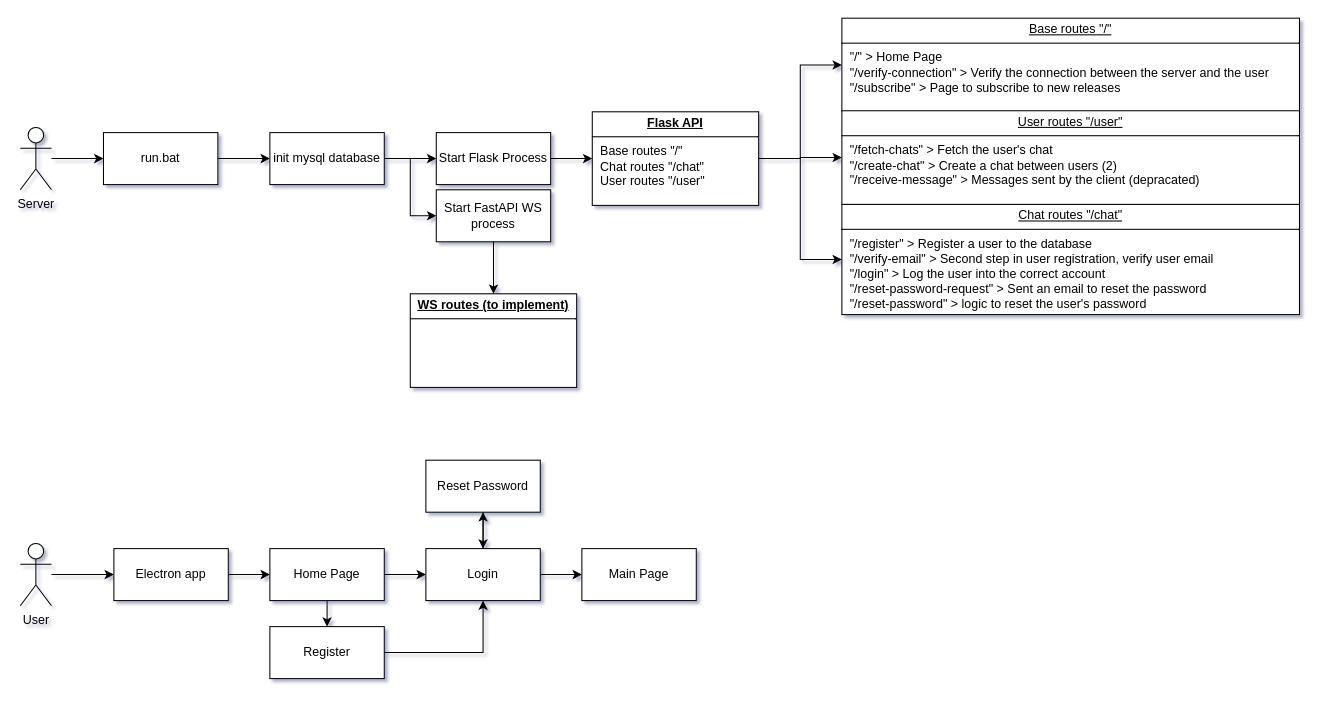
SciTechMC/ChatCLI keeps this draw.io diagram as ChatCLI.drawio. Above is the earlier version. Source tidied: cells renumbered, new cells numbered last; positions are measured from the earlier drawing's top-left corner, leaving out a move shared by most shapes. Both pictures are drawn from the tidied source at 104%, with x=0, y=0 at pixel (20, 18).
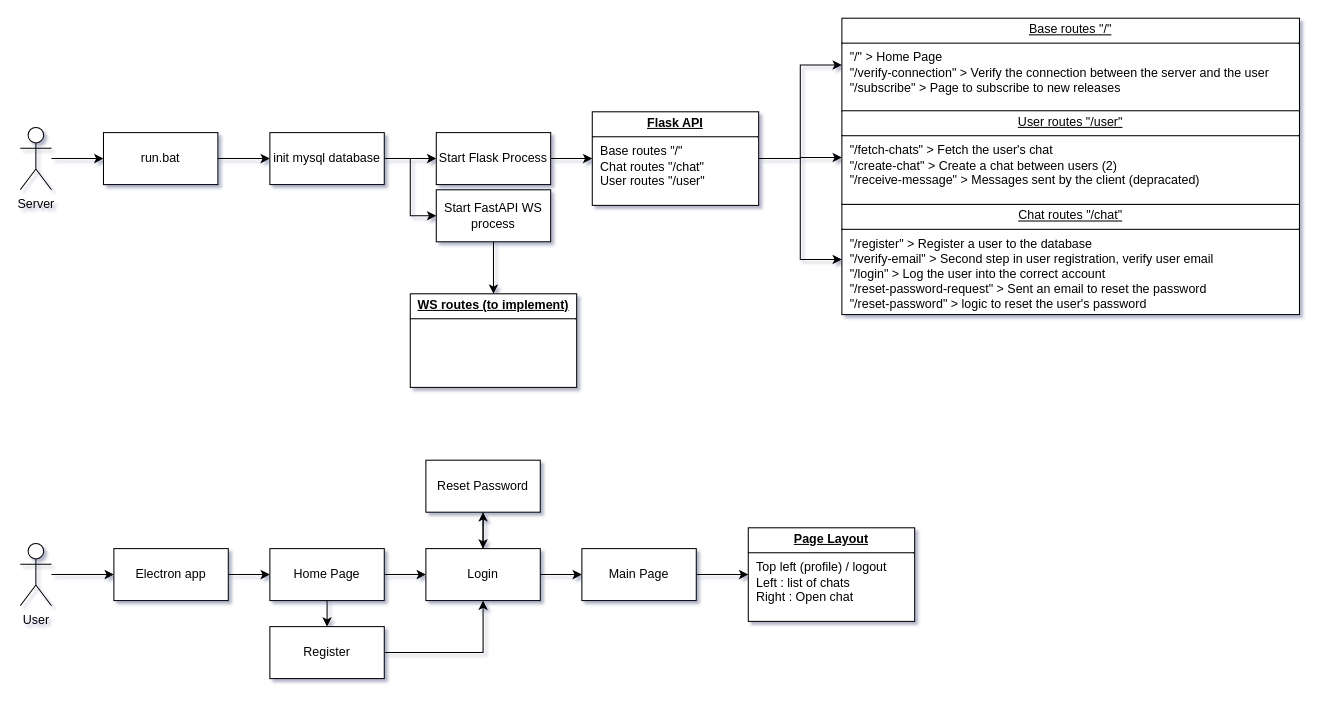
The same diagram, later.

The change refers to these unchanged cells:
```xml
<mxCell id="35" value="&lt;div&gt;Main Page&lt;/div&gt;" style="html=1;whiteSpace=wrap;" parent="1" vertex="1">
  <mxGeometry x="540" y="510" width="110" height="50" as="geometry" />
</mxCell>
```

What changed in the source:
```diff
@@
+    <mxCell id="36" style="edgeStyle=orthogonalEdgeStyle;rounded=0;jettySize=auto;html=1;" parent="1" edge="1" source="35" target="37">
+      <mxGeometry relative="1" as="geometry" />
+    </mxCell>
@@
+    <mxCell id="37" value="&lt;p style=&quot;margin: 4px 0px 0px; text-align: center; text-decoration: underline;&quot;&gt;&lt;b&gt;Page Layout&lt;/b&gt;&lt;/p&gt;&lt;hr size=&quot;1&quot; style=&quot;border-style:solid;&quot;&gt;&lt;p style=&quot;margin:0px;margin-left:8px;&quot;&gt;Top left (profile) / logout&lt;/p&gt;&lt;p style=&quot;margin:0px;margin-left:8px;&quot;&gt;Left : list of chats&lt;/p&gt;&lt;p style=&quot;margin:0px;margin-left:8px;&quot;&gt;Right : Open chat&lt;/p&gt;" style="verticalAlign=top;align=left;overflow=fill;html=1;whiteSpace=wrap;" parent="1" vertex="1">
+      <mxGeometry x="700" y="490" width="160" height="90" as="geometry" />
+    </mxCell>
```
